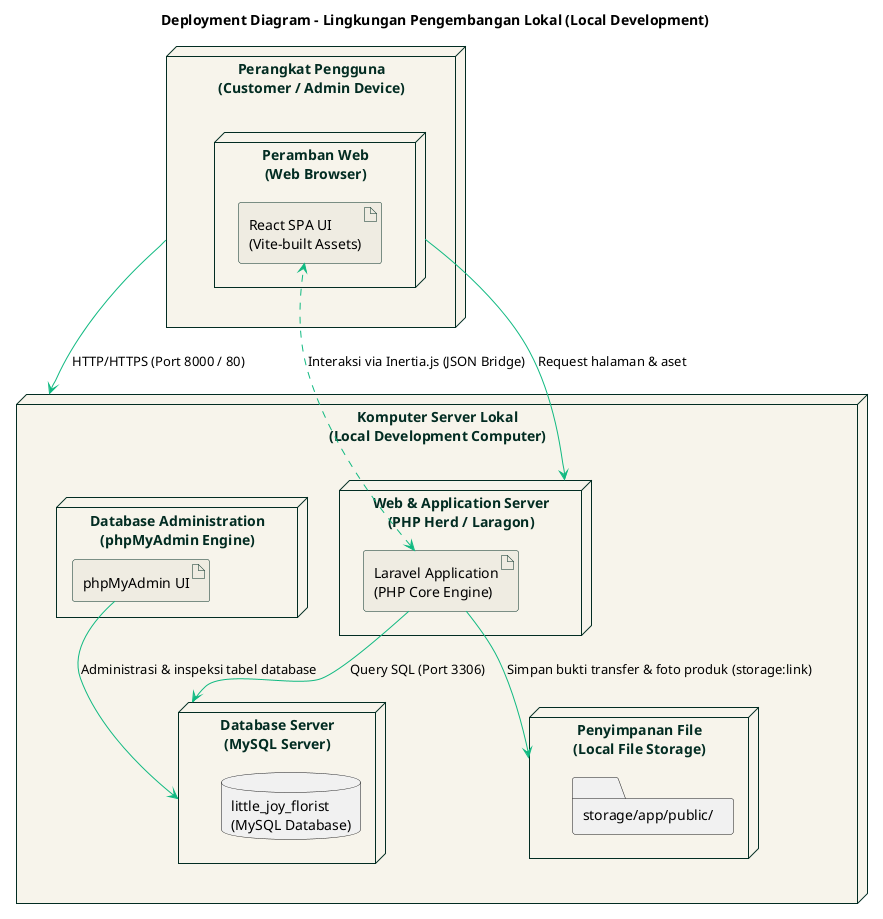
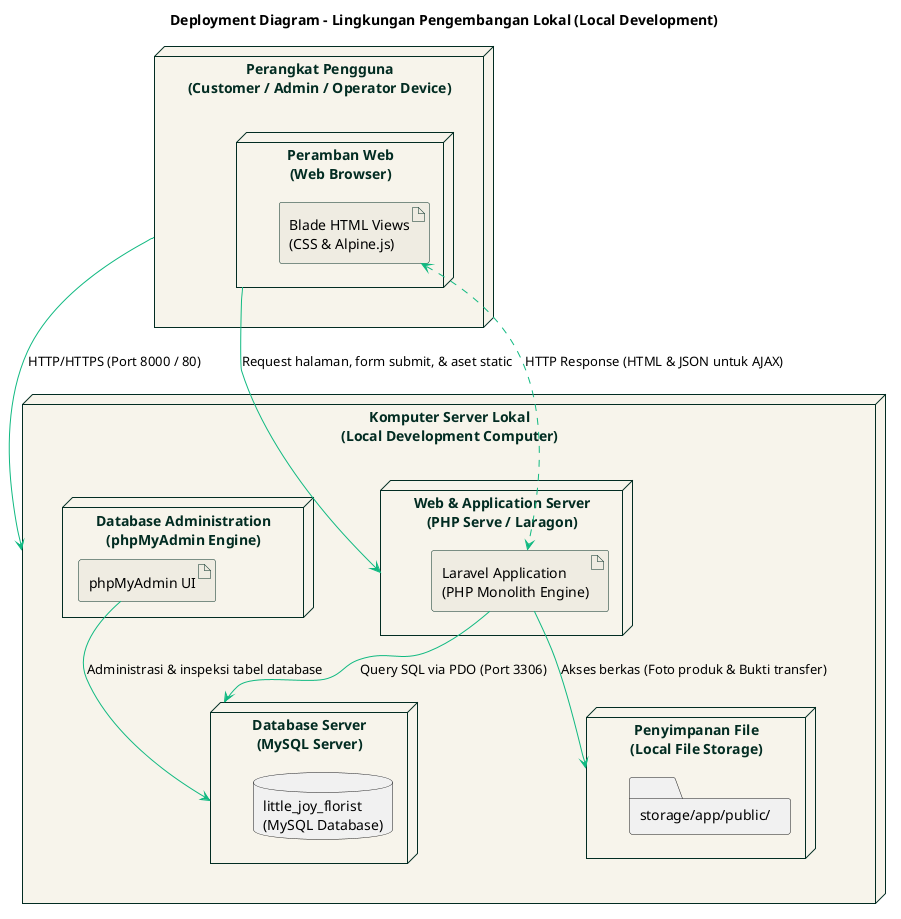
@startuml deployment
skinparam Style strictuml
skinparam DefaultFontName "Plus Jakarta Sans"
skinparam NodeBackgroundColor #F7F4EB
skinparam NodeBorderColor #022C22
skinparam NodeFontColor #022C22
skinparam ArtifactBackgroundColor #EFECE2
skinparam ArtifactBorderColor #022C22
skinparam ArrowColor #10B981

title Deployment Diagram - Lingkungan Pengembangan Lokal (Local Development)

- node "Perangkat Pengguna\n(Customer / Admin Device)" as ClientDevice {
+ node "Perangkat Pengguna\n(Customer / Admin / Operator Device)" as ClientDevice {
    node "Peramban Web\n(Web Browser)" as Browser {
-         artifact "React SPA UI\n(Vite-built Assets)" as ReactAssets
+         artifact "Blade HTML Views\n(CSS & Alpine.js)" as BladeViews
    }
}

node "Komputer Server Lokal\n(Local Development Computer)" as LocalServer {
-     node "Web & Application Server\n(PHP Herd / Laragon)" as WebServer {
-         artifact "Laravel Application\n(PHP Core Engine)" as LaravelApp
+     node "Web & Application Server\n(PHP Serve / Laragon)" as WebServer {
+         artifact "Laravel Application\n(PHP Monolith Engine)" as LaravelApp
    }

    node "Database Server\n(MySQL Server)" as DbServer {
        database "little_joy_florist\n(MySQL Database)" as Database
    }

    node "Database Administration\n(phpMyAdmin Engine)" as AdminTool {
        artifact "phpMyAdmin UI" as phpMyAdmin
    }

    node "Penyimpanan File\n(Local File Storage)" as FileStorage {
        folder "storage/app/public/" as StorageFolder
    }
}

' Hubungan Komunikasi
ClientDevice -[#10B981]-> LocalServer : HTTP/HTTPS (Port 8000 / 80)
- Browser -[#10B981]-> WebServer : Request halaman & aset
- ReactAssets <.left.> LaravelApp : Interaksi via Inertia.js (JSON Bridge)
- LaravelApp -[#10B981]-> DbServer : Query SQL (Port 3306)
- LaravelApp -[#10B981]-> FileStorage : Simpan bukti transfer & foto produk (storage:link)
+ Browser -[#10B981]-> WebServer : Request halaman, form submit, & aset static
+ BladeViews <.[#10B981].> LaravelApp : HTTP Response (HTML & JSON untuk AJAX)
+ LaravelApp -[#10B981]-> DbServer : Query SQL via PDO (Port 3306)
+ LaravelApp -[#10B981]-> FileStorage : Akses berkas (Foto produk & Bukti transfer)
phpMyAdmin -[#10B981]-> DbServer : Administrasi & inspeksi tabel database

@enduml
